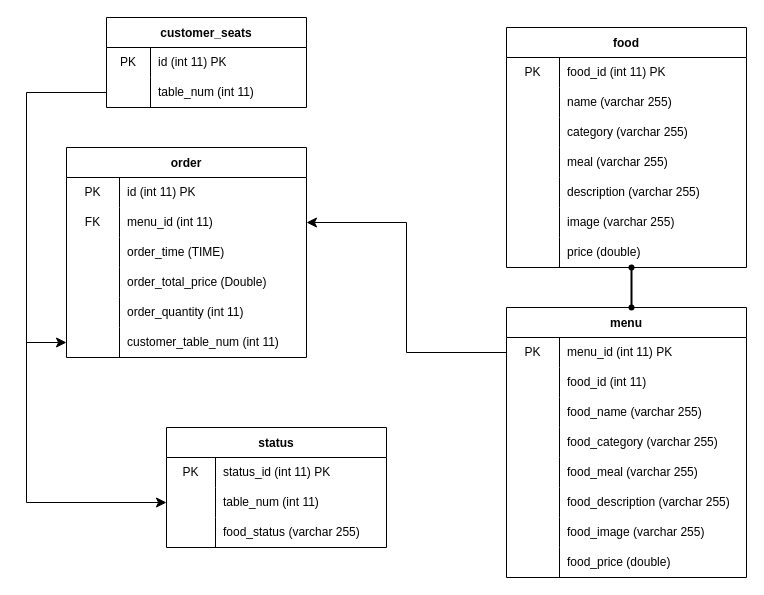
Before: DOCS/Diagrams/ERD Diagram.drawio in alexxGmZ/MenuMaApp, a draw.io diagram. Source tidied: cells renumbered, new cells numbered last; positions are measured from the earlier drawing's top-left corner, leaving out a move shared by most shapes. Both pictures are drawn from the tidied source at 100%, with x=0, y=0 at pixel (26, 17).
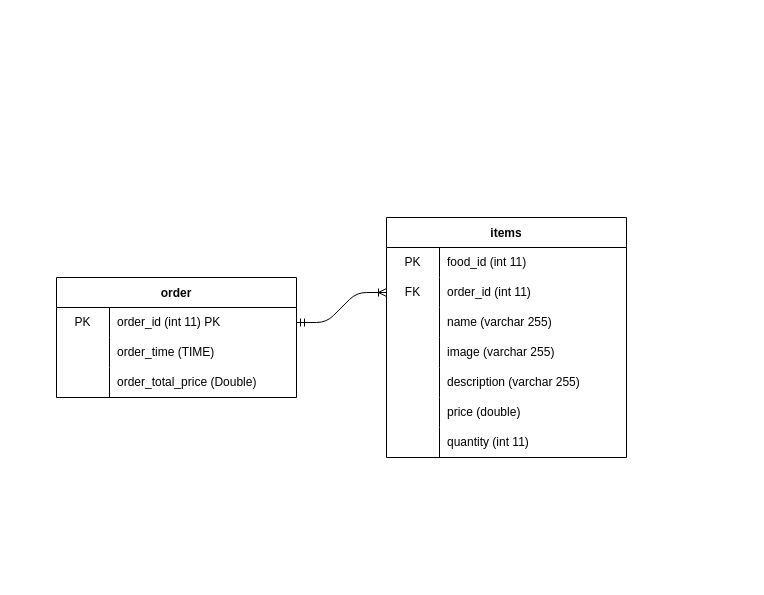
Above is the later version.

Commit message:
erd: simplified ERD

The change refers to these unchanged cells:
```xml
<mxCell id="3" style="shape=tableRow;horizontal=0;startSize=0;swimlaneHead=0;swimlaneBody=0;top=0;left=0;bottom=0;right=0;fillColor=none;points=[[0,0.5],[1,0.5]];portConstraint=eastwest;" parent="2" vertex="1">
  <mxGeometry y="30" width="240" height="30" as="geometry" />
</mxCell>
<mxCell id="22" style="shape=tableRow;horizontal=0;startSize=0;swimlaneHead=0;swimlaneBody=0;top=0;left=0;bottom=0;right=0;fillColor=none;" parent="21" vertex="1">
  <mxGeometry y="30" width="240" height="30" as="geometry" />
</mxCell>
```

Diff of the diagram source:
```diff
@@
     <mxCell id="2" value="order" style="shape=table;startSize=30;childLayout=tableLayout;rowLines=0;fontStyle=1;" parent="1" vertex="1">
-      <mxGeometry x="40" y="130" width="240" height="210" as="geometry" />
+      <mxGeometry x="30" y="260" width="240" height="120" as="geometry" />
     </mxCell>
@@
-    <mxCell id="5" value="id (int 11) PK" style="shape=partialRectangle;html=1;whiteSpace=wrap;fillColor=none;top=0;left=0;bottom=0;right=0;align=left;spacingLeft=6;overflow=hidden;" parent="3" vertex="1">
+    <mxCell id="5" value="order_id (int 11) PK" style="shape=partialRectangle;html=1;whiteSpace=wrap;fillColor=none;top=0;left=0;bottom=0;right=0;align=left;spacingLeft=6;overflow=hidden;" parent="3" vertex="1">
       <mxGeometry x="53" width="187" height="30" as="geometry" />
     </mxCell>
-    <mxCell id="6" style="shape=tableRow;horizontal=0;startSize=0;swimlaneHead=0;swimlaneBody=0;top=0;left=0;bottom=0;right=0;fillColor=none;points=[[0,0.5],[1,0.5]];portConstraint=eastwest;" parent="2" vertex="1">
-      <mxGeometry y="60" width="240" height="30" as="geometry" />
-    </mxCell>
-    <mxCell id="7" value="FK" style="shape=partialRectangle;html=1;whiteSpace=wrap;fillColor=none;top=0;left=0;bottom=0;right=0;overflow=hidden;" parent="6" vertex="1">
-      <mxGeometry width="53" height="30" as="geometry" />
-    </mxCell>
-    <mxCell id="8" value="menu_id (int 11)" style="shape=partialRectangle;html=1;whiteSpace=wrap;fillColor=none;top=0;left=0;bottom=0;right=0;align=left;spacingLeft=6;overflow=hidden;" parent="6" vertex="1">
-      <mxGeometry x="53" width="187" height="30" as="geometry" />
-    </mxCell>
     <mxCell id="9" style="shape=tableRow;horizontal=0;startSize=0;swimlaneHead=0;swimlaneBody=0;top=0;left=0;bottom=0;right=0;fillColor=none;" parent="2" vertex="1">
-      <mxGeometry y="90" width="240" height="30" as="geometry" />
+      <mxGeometry y="60" width="240" height="30" as="geometry" />
     </mxCell>
@@
     <mxCell id="12" style="shape=tableRow;horizontal=0;startSize=0;swimlaneHead=0;swimlaneBody=0;top=0;left=0;bottom=0;right=0;fillColor=none;" parent="2" vertex="1">
-      <mxGeometry y="120" width="240" height="30" as="geometry" />
+      <mxGeometry y="90" width="240" height="30" as="geometry" />
     </mxCell>
@@
-    <mxCell id="15" style="shape=tableRow;horizontal=0;startSize=0;swimlaneHead=0;swimlaneBody=0;top=0;left=0;bottom=0;right=0;fillColor=none;" parent="2" vertex="1">
-      <mxGeometry y="150" width="240" height="30" as="geometry" />
-    </mxCell>
-    <mxCell id="16" style="shape=partialRectangle;html=1;whiteSpace=wrap;fillColor=none;top=0;left=0;bottom=0;right=0;overflow=hidden;" parent="15" vertex="1">
-      <mxGeometry width="53" height="30" as="geometry" />
-    </mxCell>
-    <mxCell id="17" value="order_quantity (int 11)" style="shape=partialRectangle;html=1;whiteSpace=wrap;fillColor=none;top=0;left=0;bottom=0;right=0;align=left;spacingLeft=6;overflow=hidden;" parent="15" vertex="1">
-      <mxGeometry x="53" width="187" height="30" as="geometry" />
-    </mxCell>
-    <mxCell id="18" style="shape=tableRow;horizontal=0;startSize=0;swimlaneHead=0;swimlaneBody=0;top=0;left=0;bottom=0;right=0;fillColor=none;points=[[0,0.5],[1,0.5]];portConstraint=eastwest;" parent="2" vertex="1">
-      <mxGeometry y="180" width="240" height="30" as="geometry" />
-    </mxCell>
-    <mxCell id="19" style="shape=partialRectangle;html=1;whiteSpace=wrap;fillColor=none;top=0;left=0;bottom=0;right=0;overflow=hidden;" parent="18" vertex="1">
-      <mxGeometry width="53" height="30" as="geometry" />
-    </mxCell>
-    <mxCell id="20" value="customer_table_num (int 11)" style="shape=partialRectangle;html=1;whiteSpace=wrap;fillColor=none;top=0;left=0;bottom=0;right=0;align=left;spacingLeft=6;overflow=hidden;" parent="18" vertex="1">
-      <mxGeometry x="53" width="187" height="30" as="geometry" />
-    </mxCell>
-    <mxCell id="21" value="food" style="shape=table;startSize=30;childLayout=tableLayout;rowLines=0;fontStyle=1;" parent="1" vertex="1">
-      <mxGeometry x="480" y="10" width="240" height="240" as="geometry" />
+    <mxCell id="21" value="items" style="shape=table;startSize=30;childLayout=tableLayout;rowLines=0;fontStyle=1;" parent="1" vertex="1">
+      <mxGeometry x="360" y="200" width="240" height="240" as="geometry" />
     </mxCell>
@@
-    <mxCell id="24" value="food_id (int 11) PK" style="shape=partialRectangle;html=1;whiteSpace=wrap;fillColor=none;top=0;left=0;bottom=0;right=0;align=left;spacingLeft=6;overflow=hidden;" parent="22" vertex="1">
+    <mxCell id="24" value="food_id (int 11)" style="shape=partialRectangle;html=1;whiteSpace=wrap;fillColor=none;top=0;left=0;bottom=0;right=0;align=left;spacingLeft=6;overflow=hidden;" parent="22" vertex="1">
       <mxGeometry x="53" width="187" height="30" as="geometry" />
     </mxCell>
+    <mxCell id="28" style="shape=tableRow;horizontal=0;startSize=0;swimlaneHead=0;swimlaneBody=0;top=0;left=0;bottom=0;right=0;fillColor=none;points=[[0,0.5],[1,0.5]];portConstraint=eastwest;" parent="21" vertex="1">
+      <mxGeometry y="60" width="240" height="30" as="geometry" />
+    </mxCell>
+    <mxCell id="29" value="FK" style="shape=partialRectangle;html=1;whiteSpace=wrap;fillColor=none;top=0;left=0;bottom=0;right=0;overflow=hidden;" parent="28" vertex="1">
+      <mxGeometry width="53" height="30" as="geometry" />
+    </mxCell>
+    <mxCell id="30" value="order_id (int 11)" style="shape=partialRectangle;html=1;whiteSpace=wrap;fillColor=none;top=0;left=0;bottom=0;right=0;align=left;spacingLeft=6;overflow=hidden;" parent="28" vertex="1">
+      <mxGeometry x="53" width="187" height="30" as="geometry" />
+    </mxCell>
     <mxCell id="25" style="shape=tableRow;horizontal=0;startSize=0;swimlaneHead=0;swimlaneBody=0;top=0;left=0;bottom=0;right=0;fillColor=none;" parent="21" vertex="1">
-      <mxGeometry y="60" width="240" height="30" as="geometry" />
+      <mxGeometry y="90" width="240" height="30" as="geometry" />
     </mxCell>
@@
-    <mxCell id="28" style="shape=tableRow;horizontal=0;startSize=0;swimlaneHead=0;swimlaneBody=0;top=0;left=0;bottom=0;right=0;fillColor=none;points=[[0,0.5],[1,0.5]];portConstraint=eastwest;" parent="21" vertex="1">
-      <mxGeometry y="90" width="240" height="30" as="geometry" />
-    </mxCell>
-    <mxCell id="29" style="shape=partialRectangle;html=1;whiteSpace=wrap;fillColor=none;top=0;left=0;bottom=0;right=0;overflow=hidden;" parent="28" vertex="1">
-      <mxGeometry width="53" height="30" as="geometry" />
-    </mxCell>
-    <mxCell id="30" value="category (varchar 255)" style="shape=partialRectangle;html=1;whiteSpace=wrap;fillColor=none;top=0;left=0;bottom=0;right=0;align=left;spacingLeft=6;overflow=hidden;" parent="28" vertex="1">
-      <mxGeometry x="53" width="187" height="30" as="geometry" />
-    </mxCell>
-    <mxCell id="31" style="shape=tableRow;horizontal=0;startSize=0;swimlaneHead=0;swimlaneBody=0;top=0;left=0;bottom=0;right=0;fillColor=none;" parent="21" vertex="1">
-      <mxGeometry y="120" width="240" height="30" as="geometry" />
-    </mxCell>
-    <mxCell id="32" style="shape=partialRectangle;html=1;whiteSpace=wrap;fillColor=none;top=0;left=0;bottom=0;right=0;overflow=hidden;" parent="31" vertex="1">
-      <mxGeometry width="53" height="30" as="geometry" />
-    </mxCell>
-    <mxCell id="33" value="meal (varchar 255)" style="shape=partialRectangle;html=1;whiteSpace=wrap;fillColor=none;top=0;left=0;bottom=0;right=0;align=left;spacingLeft=6;overflow=hidden;" parent="31" vertex="1">
-      <mxGeometry x="53" width="187" height="30" as="geometry" />
-    </mxCell>
+    <mxCell id="37" style="shape=tableRow;horizontal=0;startSize=0;swimlaneHead=0;swimlaneBody=0;top=0;left=0;bottom=0;right=0;fillColor=none;" parent="21" vertex="1">
+      <mxGeometry y="120" width="240" height="30" as="geometry" />
+    </mxCell>
+    <mxCell id="38" style="shape=partialRectangle;html=1;whiteSpace=wrap;fillColor=none;top=0;left=0;bottom=0;right=0;overflow=hidden;" parent="37" vertex="1">
+      <mxGeometry width="53" height="30" as="geometry" />
+    </mxCell>
+    <mxCell id="39" value="image (varchar 255)" style="shape=partialRectangle;html=1;whiteSpace=wrap;fillColor=none;top=0;left=0;bottom=0;right=0;align=left;spacingLeft=6;overflow=hidden;" parent="37" vertex="1">
+      <mxGeometry x="53" width="187" height="30" as="geometry" />
+    </mxCell>
@@
-    <mxCell id="37" style="shape=tableRow;horizontal=0;startSize=0;swimlaneHead=0;swimlaneBody=0;top=0;left=0;bottom=0;right=0;fillColor=none;" parent="21" vertex="1">
-      <mxGeometry y="180" width="240" height="30" as="geometry" />
-    </mxCell>
-    <mxCell id="38" style="shape=partialRectangle;html=1;whiteSpace=wrap;fillColor=none;top=0;left=0;bottom=0;right=0;overflow=hidden;" parent="37" vertex="1">
-      <mxGeometry width="53" height="30" as="geometry" />
-    </mxCell>
-    <mxCell id="39" value="image (varchar 255)" style="shape=partialRectangle;html=1;whiteSpace=wrap;fillColor=none;top=0;left=0;bottom=0;right=0;align=left;spacingLeft=6;overflow=hidden;" parent="37" vertex="1">
-      <mxGeometry x="53" width="187" height="30" as="geometry" />
-    </mxCell>
     <mxCell id="40" style="shape=tableRow;horizontal=0;startSize=0;swimlaneHead=0;swimlaneBody=0;top=0;left=0;bottom=0;right=0;fillColor=none;" parent="21" vertex="1">
-      <mxGeometry y="210" width="240" height="30" as="geometry" />
+      <mxGeometry y="180" width="240" height="30" as="geometry" />
     </mxCell>
@@
-    <mxCell id="43" value="menu" style="shape=table;startSize=30;childLayout=tableLayout;rowLines=0;fontStyle=1;" parent="1" vertex="1">
-      <mxGeometry x="480" y="290" width="240" height="270" as="geometry" />
-    </mxCell>
-    <mxCell id="44" style="shape=tableRow;horizontal=0;startSize=0;swimlaneHead=0;swimlaneBody=0;top=0;left=0;bottom=0;right=0;fillColor=none;points=[[0,0.5],[1,0.5]];portConstraint=eastwest;" parent="43" vertex="1">
-      <mxGeometry y="30" width="240" height="30" as="geometry" />
-    </mxCell>
-    <mxCell id="45" value="PK" style="shape=partialRectangle;html=1;whiteSpace=wrap;fillColor=none;top=0;left=0;bottom=0;right=0;overflow=hidden;" parent="44" vertex="1">
-      <mxGeometry width="53" height="30" as="geometry" />
-    </mxCell>
-    <mxCell id="46" value="menu_id (int 11) PK" style="shape=partialRectangle;html=1;whiteSpace=wrap;fillColor=none;top=0;left=0;bottom=0;right=0;align=left;spacingLeft=6;overflow=hidden;" parent="44" vertex="1">
-      <mxGeometry x="53" width="187" height="30" as="geometry" />
-    </mxCell>
-    <mxCell id="47" style="shape=tableRow;horizontal=0;startSize=0;swimlaneHead=0;swimlaneBody=0;top=0;left=0;bottom=0;right=0;fillColor=none;" parent="43" vertex="1">
-      <mxGeometry y="60" width="240" height="30" as="geometry" />
-    </mxCell>
-    <mxCell id="48" style="shape=partialRectangle;html=1;whiteSpace=wrap;fillColor=none;top=0;left=0;bottom=0;right=0;overflow=hidden;" parent="47" vertex="1">
-      <mxGeometry width="53" height="30" as="geometry" />
-    </mxCell>
-    <mxCell id="49" value="food_id (int 11)" style="shape=partialRectangle;html=1;whiteSpace=wrap;fillColor=none;top=0;left=0;bottom=0;right=0;align=left;spacingLeft=6;overflow=hidden;" parent="47" vertex="1">
-      <mxGeometry x="53" width="187" height="30" as="geometry" />
-    </mxCell>
-    <mxCell id="50" style="shape=tableRow;horizontal=0;startSize=0;swimlaneHead=0;swimlaneBody=0;top=0;left=0;bottom=0;right=0;fillColor=none;" parent="43" vertex="1">
-      <mxGeometry y="90" width="240" height="30" as="geometry" />
-    </mxCell>
-    <mxCell id="51" style="shape=partialRectangle;html=1;whiteSpace=wrap;fillColor=none;top=0;left=0;bottom=0;right=0;overflow=hidden;" parent="50" vertex="1">
-      <mxGeometry width="53" height="30" as="geometry" />
-    </mxCell>
-    <mxCell id="52" value="food_name (varchar 255)" style="shape=partialRectangle;html=1;whiteSpace=wrap;fillColor=none;top=0;left=0;bottom=0;right=0;align=left;spacingLeft=6;overflow=hidden;" parent="50" vertex="1">
-      <mxGeometry x="53" width="187" height="30" as="geometry" />
-    </mxCell>
-    <mxCell id="53" style="shape=tableRow;horizontal=0;startSize=0;swimlaneHead=0;swimlaneBody=0;top=0;left=0;bottom=0;right=0;fillColor=none;" parent="43" vertex="1">
-      <mxGeometry y="120" width="240" height="30" as="geometry" />
-    </mxCell>
-    <mxCell id="54" style="shape=partialRectangle;html=1;whiteSpace=wrap;fillColor=none;top=0;left=0;bottom=0;right=0;overflow=hidden;" parent="53" vertex="1">
-      <mxGeometry width="53" height="30" as="geometry" />
-    </mxCell>
-    <mxCell id="55" value="food_category (varchar 255)" style="shape=partialRectangle;html=1;whiteSpace=wrap;fillColor=none;top=0;left=0;bottom=0;right=0;align=left;spacingLeft=6;overflow=hidden;" parent="53" vertex="1">
-      <mxGeometry x="53" width="187" height="30" as="geometry" />
-    </mxCell>
-    <mxCell id="56" style="shape=tableRow;horizontal=0;startSize=0;swimlaneHead=0;swimlaneBody=0;top=0;left=0;bottom=0;right=0;fillColor=none;" parent="43" vertex="1">
-      <mxGeometry y="150" width="240" height="30" as="geometry" />
-    </mxCell>
-    <mxCell id="57" style="shape=partialRectangle;html=1;whiteSpace=wrap;fillColor=none;top=0;left=0;bottom=0;right=0;overflow=hidden;" parent="56" vertex="1">
-      <mxGeometry width="53" height="30" as="geometry" />
-    </mxCell>
-    <mxCell id="58" value="food_meal (varchar 255)" style="shape=partialRectangle;html=1;whiteSpace=wrap;fillColor=none;top=0;left=0;bottom=0;right=0;align=left;spacingLeft=6;overflow=hidden;" parent="56" vertex="1">
-      <mxGeometry x="53" width="187" height="30" as="geometry" />
-    </mxCell>
-    <mxCell id="59" style="shape=tableRow;horizontal=0;startSize=0;swimlaneHead=0;swimlaneBody=0;top=0;left=0;bottom=0;right=0;fillColor=none;" parent="43" vertex="1">
-      <mxGeometry y="180" width="240" height="30" as="geometry" />
-    </mxCell>
-    <mxCell id="60" style="shape=partialRectangle;html=1;whiteSpace=wrap;fillColor=none;top=0;left=0;bottom=0;right=0;overflow=hidden;" parent="59" vertex="1">
-      <mxGeometry width="53" height="30" as="geometry" />
-    </mxCell>
-    <mxCell id="61" value="food_description (varchar 255)" style="shape=partialRectangle;html=1;whiteSpace=wrap;fillColor=none;top=0;left=0;bottom=0;right=0;align=left;spacingLeft=6;overflow=hidden;" parent="59" vertex="1">
-      <mxGeometry x="53" width="187" height="30" as="geometry" />
-    </mxCell>
-    <mxCell id="62" style="shape=tableRow;horizontal=0;startSize=0;swimlaneHead=0;swimlaneBody=0;top=0;left=0;bottom=0;right=0;fillColor=none;" parent="43" vertex="1">
+    <mxCell id="62" style="shape=tableRow;horizontal=0;startSize=0;swimlaneHead=0;swimlaneBody=0;top=0;left=0;bottom=0;right=0;fillColor=none;" parent="21" vertex="1">
       <mxGeometry y="210" width="240" height="30" as="geometry" />
     </mxCell>
-    <mxCell id="63" style="shape=partialRectangle;html=1;whiteSpace=wrap;fillColor=none;top=0;left=0;bottom=0;right=0;overflow=hidden;" parent="62" vertex="1">
-      <mxGeometry width="53" height="30" as="geometry" />
-    </mxCell>
-    <mxCell id="64" value="food_image (varchar 255)" style="shape=partialRectangle;html=1;whiteSpace=wrap;fillColor=none;top=0;left=0;bottom=0;right=0;align=left;spacingLeft=6;overflow=hidden;" parent="62" vertex="1">
-      <mxGeometry x="53" width="187" height="30" as="geometry" />
-    </mxCell>
-    <mxCell id="65" style="shape=tableRow;horizontal=0;startSize=0;swimlaneHead=0;swimlaneBody=0;top=0;left=0;bottom=0;right=0;fillColor=none;" parent="43" vertex="1">
-      <mxGeometry y="240" width="240" height="30" as="geometry" />
-    </mxCell>
-    <mxCell id="66" style="shape=partialRectangle;html=1;whiteSpace=wrap;fillColor=none;top=0;left=0;bottom=0;right=0;overflow=hidden;" parent="65" vertex="1">
-      <mxGeometry width="53" height="30" as="geometry" />
-    </mxCell>
-    <mxCell id="67" value="food_price (double)" style="shape=partialRectangle;html=1;whiteSpace=wrap;fillColor=none;top=0;left=0;bottom=0;right=0;align=left;spacingLeft=6;overflow=hidden;" parent="65" vertex="1">
-      <mxGeometry x="53" width="187" height="30" as="geometry" />
-    </mxCell>
-    <mxCell id="68" style="line;strokeWidth=2;direction=south;html=1;" parent="1" vertex="1">
-      <mxGeometry x="600" y="250" width="10" height="40" as="geometry" />
-    </mxCell>
-    <mxCell id="69" style="shape=waypoint;sketch=0;fillStyle=solid;size=6;fillColor=none;perimeter=centerPerimeter;" parent="1" vertex="1">
-      <mxGeometry x="595" y="240" width="20" height="20" as="geometry" />
-    </mxCell>
-    <mxCell id="70" style="shape=waypoint;sketch=0;fillStyle=solid;size=6;fillColor=none;perimeter=centerPerimeter;" parent="1" vertex="1">
-      <mxGeometry x="595" y="280" width="20" height="20" as="geometry" />
-    </mxCell>
-    <mxCell id="71" value="customer_seats" style="shape=table;startSize=30;childLayout=tableLayout;rowLines=0;fontStyle=1;" parent="1" vertex="1">
-      <mxGeometry x="80" width="200" height="90" as="geometry" />
-    </mxCell>
-    <mxCell id="72" style="shape=tableRow;horizontal=0;startSize=0;swimlaneHead=0;swimlaneBody=0;top=0;left=0;bottom=0;right=0;fillColor=none;" parent="71" vertex="1">
-      <mxGeometry y="30" width="200" height="30" as="geometry" />
-    </mxCell>
-    <mxCell id="73" value="PK" style="shape=partialRectangle;html=1;whiteSpace=wrap;fillColor=none;top=0;left=0;bottom=0;right=0;overflow=hidden;" parent="72" vertex="1">
-      <mxGeometry width="44" height="30" as="geometry" />
-    </mxCell>
-    <mxCell id="74" value="id (int 11) PK" style="shape=partialRectangle;html=1;whiteSpace=wrap;fillColor=none;top=0;left=0;bottom=0;right=0;align=left;spacingLeft=6;overflow=hidden;" parent="72" vertex="1">
-      <mxGeometry x="44" width="156" height="30" as="geometry" />
-    </mxCell>
-    <mxCell id="75" style="shape=tableRow;horizontal=0;startSize=0;swimlaneHead=0;swimlaneBody=0;top=0;left=0;bottom=0;right=0;fillColor=none;points=[[0,0.5],[1,0.5]];portConstraint=eastwest;" parent="71" vertex="1">
-      <mxGeometry y="60" width="200" height="30" as="geometry" />
-    </mxCell>
-    <mxCell id="76" style="shape=partialRectangle;html=1;whiteSpace=wrap;fillColor=none;top=0;left=0;bottom=0;right=0;overflow=hidden;" parent="75" vertex="1">
-      <mxGeometry width="44" height="30" as="geometry" />
-    </mxCell>
-    <mxCell id="77" value="table_num (int 11)" style="shape=partialRectangle;html=1;whiteSpace=wrap;fillColor=none;top=0;left=0;bottom=0;right=0;align=left;spacingLeft=6;overflow=hidden;" parent="75" vertex="1">
-      <mxGeometry x="44" width="156" height="30" as="geometry" />
-    </mxCell>
-    <mxCell id="78" value="status" style="shape=table;startSize=30;childLayout=tableLayout;rowLines=0;fontStyle=1;" parent="1" vertex="1">
-      <mxGeometry x="140" y="410" width="220" height="120" as="geometry" />
-    </mxCell>
-    <mxCell id="79" style="shape=tableRow;horizontal=0;startSize=0;swimlaneHead=0;swimlaneBody=0;top=0;left=0;bottom=0;right=0;fillColor=none;" parent="78" vertex="1">
-      <mxGeometry y="30" width="220" height="30" as="geometry" />
-    </mxCell>
-    <mxCell id="80" value="PK" style="shape=partialRectangle;html=1;whiteSpace=wrap;fillColor=none;top=0;left=0;bottom=0;right=0;overflow=hidden;" parent="79" vertex="1">
-      <mxGeometry width="49" height="30" as="geometry" />
-    </mxCell>
-    <mxCell id="81" value="status_id (int 11) PK" style="shape=partialRectangle;html=1;whiteSpace=wrap;fillColor=none;top=0;left=0;bottom=0;right=0;align=left;spacingLeft=6;overflow=hidden;" parent="79" vertex="1">
-      <mxGeometry x="49" width="171" height="30" as="geometry" />
-    </mxCell>
-    <mxCell id="82" style="shape=tableRow;horizontal=0;startSize=0;swimlaneHead=0;swimlaneBody=0;top=0;left=0;bottom=0;right=0;fillColor=none;points=[[0,0.5],[1,0.5]];portConstraint=eastwest;" parent="78" vertex="1">
-      <mxGeometry y="60" width="220" height="30" as="geometry" />
-    </mxCell>
-    <mxCell id="83" style="shape=partialRectangle;html=1;whiteSpace=wrap;fillColor=none;top=0;left=0;bottom=0;right=0;overflow=hidden;" parent="82" vertex="1">
-      <mxGeometry width="49" height="30" as="geometry" />
-    </mxCell>
-    <mxCell id="84" value="table_num (int 11)" style="shape=partialRectangle;html=1;whiteSpace=wrap;fillColor=none;top=0;left=0;bottom=0;right=0;align=left;spacingLeft=6;overflow=hidden;" parent="82" vertex="1">
-      <mxGeometry x="49" width="171" height="30" as="geometry" />
-    </mxCell>
-    <mxCell id="85" style="shape=tableRow;horizontal=0;startSize=0;swimlaneHead=0;swimlaneBody=0;top=0;left=0;bottom=0;right=0;fillColor=none;" parent="78" vertex="1">
-      <mxGeometry y="90" width="220" height="30" as="geometry" />
-    </mxCell>
-    <mxCell id="86" style="shape=partialRectangle;html=1;whiteSpace=wrap;fillColor=none;top=0;left=0;bottom=0;right=0;overflow=hidden;" parent="85" vertex="1">
-      <mxGeometry width="49" height="30" as="geometry" />
-    </mxCell>
-    <mxCell id="87" value="food_status (varchar 255)" style="shape=partialRectangle;html=1;whiteSpace=wrap;fillColor=none;top=0;left=0;bottom=0;right=0;align=left;spacingLeft=6;overflow=hidden;" parent="85" vertex="1">
-      <mxGeometry x="49" width="171" height="30" as="geometry" />
-    </mxCell>
-    <mxCell id="88" style="edgeStyle=elbowEdgeStyle;elbow=horizontal;endArrow=classic;html=1;curved=0;rounded=0;endSize=8;startSize=8;entryX=1;entryY=0.5;entryDx=0;entryDy=0;exitX=0;exitY=0.5;exitDx=0;exitDy=0;" parent="1" edge="1" source="44" target="6">
-      <mxGeometry relative="1" as="geometry" />
-    </mxCell>
-    <mxCell id="89" style="edgeStyle=elbowEdgeStyle;elbow=horizontal;endArrow=classic;html=1;curved=0;rounded=0;endSize=8;startSize=8;exitX=0;exitY=0.5;exitDx=0;exitDy=0;entryX=0;entryY=0.5;entryDx=0;entryDy=0;" parent="1" edge="1" source="75" target="18">
-      <mxGeometry relative="1" as="geometry">
-        <Array as="points">
-          <mxPoint y="200" />
-        </Array>
-      </mxGeometry>
-    </mxCell>
-    <mxCell id="90" style="edgeStyle=elbowEdgeStyle;elbow=horizontal;endArrow=classic;html=1;curved=0;rounded=0;endSize=8;startSize=8;entryX=0;entryY=0.5;entryDx=0;entryDy=0;" parent="1" edge="1" target="82">
-      <mxGeometry relative="1" as="geometry">
-        <mxPoint y="300" as="sourcePoint" />
-        <Array as="points">
-          <mxPoint y="420" />
-        </Array>
-      </mxGeometry>
-    </mxCell>
+    <mxCell id="91" style="shape=partialRectangle;html=1;whiteSpace=wrap;fillColor=none;top=0;left=0;bottom=0;right=0;overflow=hidden;" parent="62" vertex="1">
+      <mxGeometry width="53" height="30" as="geometry" />
+    </mxCell>
+    <mxCell id="92" value="quantity (int 11)" style="shape=partialRectangle;html=1;whiteSpace=wrap;fillColor=none;top=0;left=0;bottom=0;right=0;align=left;spacingLeft=6;overflow=hidden;" parent="62" vertex="1">
+      <mxGeometry x="53" width="187" height="30" as="geometry" />
+    </mxCell>
+    <mxCell id="93" style="edgeStyle=entityRelationEdgeStyle;fontSize=12;html=1;endArrow=ERoneToMany;startArrow=ERmandOne;entryX=0;entryY=0.5;entryDx=0;entryDy=0;exitX=1;exitY=0.5;exitDx=0;exitDy=0;" parent="1" edge="1" source="3" target="28">
+      <mxGeometry relative="1" as="geometry" />
+    </mxCell>
```
